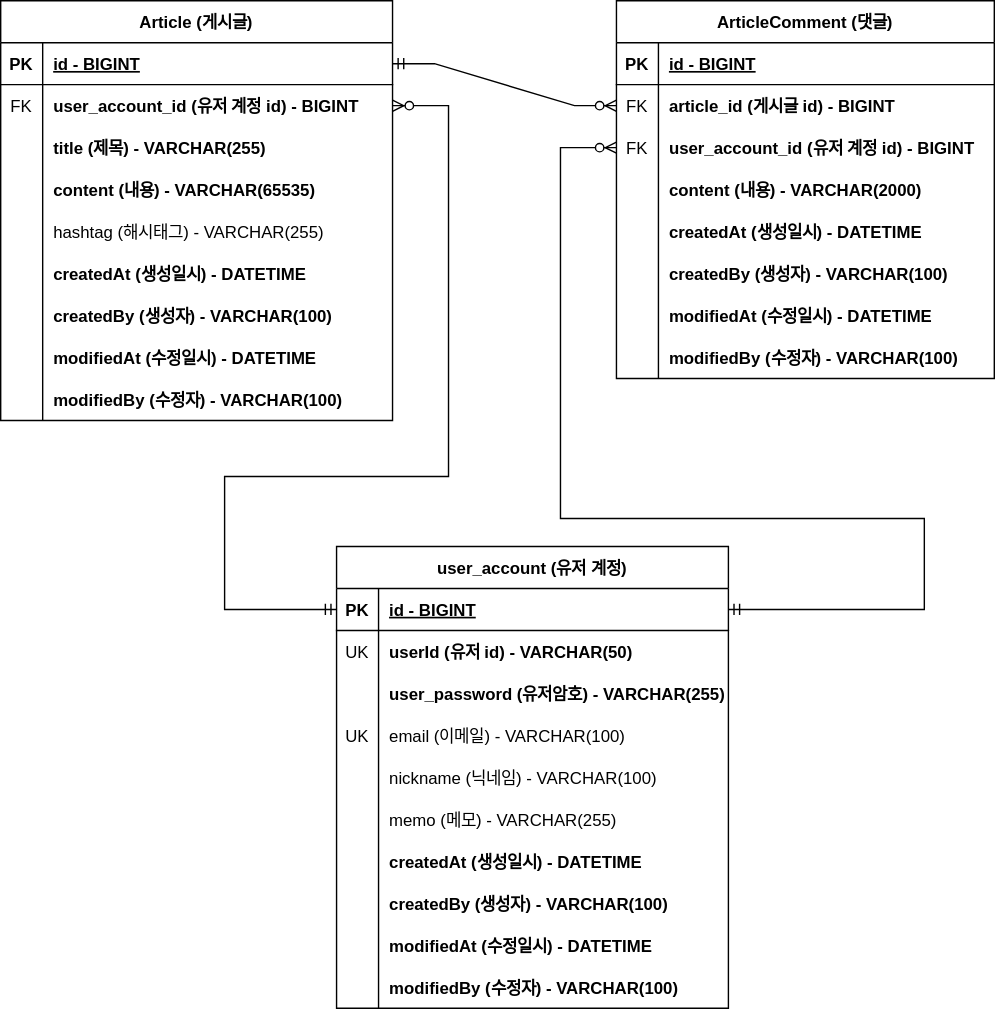
The draw.io diagram document/project-board-ERD.svg in NohDaeHwan/project-board, before a commit. Source tidied: cells renumbered, new cells last; positions are measured from the earlier drawing's top-left corner, leaving out a move shared by most shapes.
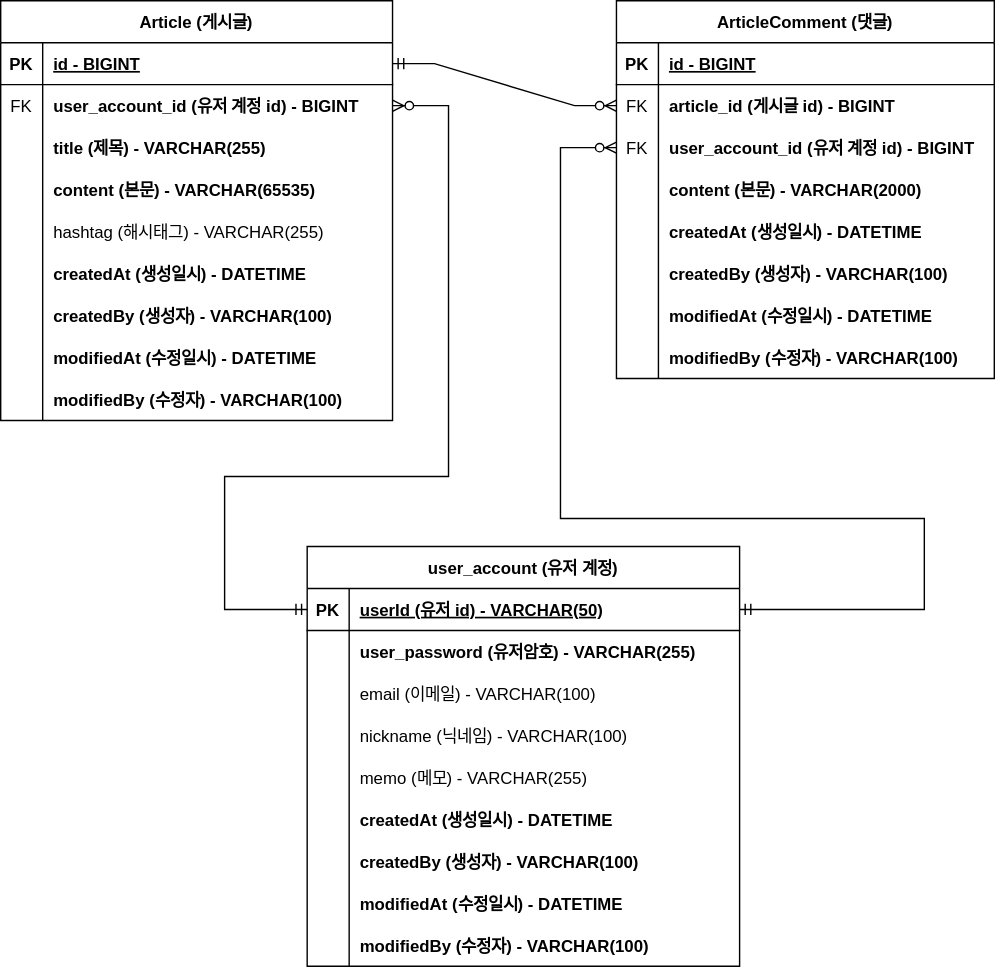
The same diagram one commit later.

Commit message:
#36 - Modify ERD document: Change member account user_id to PK

회원 계정 기존 `id` 를 삭제하고 `user_id` 를 pk로 변경하는 그림 적용

The edit, as a diff of the source:
```diff
@@ -38,7 +38,7 @@
     <mxCell id="13" style="shape=partialRectangle;overflow=hidden;fillColor=none;top=0;left=0;bottom=0;right=0;" parent="12" vertex="1">
       <mxGeometry width="30" height="30" as="geometry" />
     </mxCell>
-    <mxCell id="14" value="content (내용) - VARCHAR(65535) " style="shape=partialRectangle;overflow=hidden;fillColor=none;top=0;left=0;bottom=0;right=0;align=left;spacingLeft=6;fontStyle=1;" parent="12" vertex="1">
+    <mxCell id="14" value="content (본문) - VARCHAR(65535) " style="shape=partialRectangle;overflow=hidden;fillColor=none;top=0;left=0;bottom=0;right=0;align=left;spacingLeft=6;fontStyle=1;" parent="12" vertex="1">
       <mxGeometry x="30" width="250" height="30" as="geometry" />
     </mxCell>
     <mxCell id="15" style="shape=partialRectangle;fillColor=none;top=0;left=0;right=0;bottom=0;" parent="2" vertex="1">
@@ -122,7 +122,7 @@
     <mxCell id="41" style="shape=partialRectangle;overflow=hidden;fillColor=none;top=0;left=0;bottom=0;right=0;" parent="40" vertex="1">
       <mxGeometry width="30" height="30" as="geometry" />
     </mxCell>
-    <mxCell id="42" value="content (내용) - VARCHAR(2000)" style="shape=partialRectangle;overflow=hidden;fillColor=none;top=0;left=0;bottom=0;right=0;align=left;spacingLeft=6;fontStyle=1;" parent="40" vertex="1">
+    <mxCell id="42" value="content (본문) - VARCHAR(2000)" style="shape=partialRectangle;overflow=hidden;fillColor=none;top=0;left=0;bottom=0;right=0;align=left;spacingLeft=6;fontStyle=1;" parent="40" vertex="1">
       <mxGeometry x="30" width="240" height="30" as="geometry" />
     </mxCell>
     <mxCell id="43" style="shape=partialRectangle;fillColor=none;top=0;left=0;right=0;bottom=0;" parent="30" vertex="1">
@@ -165,97 +165,88 @@
       <mxGeometry relative="1" as="geometry" />
     </mxCell>
     <mxCell id="56" value="user_account (유저 계정)" style="shape=table;startSize=30;rowLines=0;fontStyle=1;align=center;" parent="1" vertex="1">
-      <mxGeometry x="240" y="390" width="280" height="330" as="geometry" />
+      <mxGeometry x="219" y="390" width="309" height="300" as="geometry" />
     </mxCell>
     <mxCell id="57" style="shape=partialRectangle;fillColor=none;points=[[0,0.5],[1,0.5]];portConstraint=eastwest;top=0;left=0;right=0;bottom=1;" parent="56" vertex="1">
-      <mxGeometry y="30" width="280" height="30" as="geometry" />
+      <mxGeometry y="30" width="309" height="30" as="geometry" />
     </mxCell>
     <mxCell id="58" value="PK" style="shape=partialRectangle;overflow=hidden;fillColor=none;top=0;left=0;bottom=0;right=0;fontStyle=1;" parent="57" vertex="1">
       <mxGeometry width="30" height="30" as="geometry" />
     </mxCell>
-    <mxCell id="59" value="id - BIGINT" style="shape=partialRectangle;overflow=hidden;fillColor=none;top=0;left=0;bottom=0;right=0;align=left;spacingLeft=6;fontStyle=5;" parent="57" vertex="1">
-      <mxGeometry x="30" width="250" height="30" as="geometry" />
+    <mxCell id="59" value="userId (유저 id) - VARCHAR(50)" style="shape=partialRectangle;overflow=hidden;fillColor=none;top=0;left=0;bottom=0;right=0;align=left;spacingLeft=6;fontStyle=5;" parent="57" vertex="1">
+      <mxGeometry x="30" width="279" height="30" as="geometry" />
     </mxCell>
-    <mxCell id="60" style="shape=partialRectangle;fillColor=none;top=0;left=0;right=0;bottom=0;" parent="56" vertex="1">
-      <mxGeometry y="60" width="280" height="30" as="geometry" />
-    </mxCell>
-    <mxCell id="61" value="UK" style="shape=partialRectangle;overflow=hidden;fillColor=none;top=0;left=0;bottom=0;right=0;" parent="60" vertex="1">
-      <mxGeometry width="30" height="30" as="geometry" />
-    </mxCell>
-    <mxCell id="62" value="userId (유저 id) - VARCHAR(50)" style="shape=partialRectangle;overflow=hidden;fillColor=none;top=0;left=0;bottom=0;right=0;align=left;spacingLeft=6;fontStyle=1;" parent="60" vertex="1">
-      <mxGeometry x="30" width="250" height="30" as="geometry" />
-    </mxCell>
     <mxCell id="63" style="shape=partialRectangle;fillColor=none;top=0;left=0;right=0;bottom=0;" parent="56" vertex="1">
-      <mxGeometry y="90" width="280" height="30" as="geometry" />
+      <mxGeometry y="60" width="309" height="30" as="geometry" />
     </mxCell>
     <mxCell id="64" style="shape=partialRectangle;overflow=hidden;fillColor=none;top=0;left=0;bottom=0;right=0;" parent="63" vertex="1">
       <mxGeometry width="30" height="30" as="geometry" />
     </mxCell>
     <mxCell id="65" value="user_password (유저암호) - VARCHAR(255) " style="shape=partialRectangle;overflow=hidden;fillColor=none;top=0;left=0;bottom=0;right=0;align=left;spacingLeft=6;fontStyle=1;" parent="63" vertex="1">
-      <mxGeometry x="30" width="250" height="30" as="geometry" />
+      <mxGeometry x="30" width="279" height="30" as="geometry" />
     </mxCell>
     <mxCell id="66" style="shape=partialRectangle;fillColor=none;top=0;left=0;right=0;bottom=0;" parent="56" vertex="1">
-      <mxGeometry y="120" width="280" height="30" as="geometry" />
+      <mxGeometry y="90" width="309" height="30" as="geometry" />
     </mxCell>
-    <mxCell id="67" value="UK" style="shape=partialRectangle;overflow=hidden;fillColor=none;top=0;left=0;bottom=0;right=0;" parent="66" vertex="1">
+    <mxCell id="67" style="shape=partialRectangle;overflow=hidden;fillColor=none;top=0;left=0;bottom=0;right=0;" parent="66" vertex="1">
       <mxGeometry width="30" height="30" as="geometry" />
     </mxCell>
     <mxCell id="68" value="email (이메일) - VARCHAR(100)" style="shape=partialRectangle;overflow=hidden;fillColor=none;top=0;left=0;bottom=0;right=0;align=left;spacingLeft=6;" parent="66" vertex="1">
-      <mxGeometry x="30" width="250" height="30" as="geometry" />
+      <mxGeometry x="30" width="279" height="30" as="geometry" />
     </mxCell>
     <mxCell id="69" style="shape=partialRectangle;fillColor=none;top=0;left=0;right=0;bottom=0;" parent="56" vertex="1">
-      <mxGeometry y="150" width="280" height="30" as="geometry" />
+      <mxGeometry y="120" width="309" height="30" as="geometry" />
     </mxCell>
     <mxCell id="70" style="shape=partialRectangle;overflow=hidden;fillColor=none;top=0;left=0;bottom=0;right=0;" parent="69" vertex="1">
       <mxGeometry width="30" height="30" as="geometry" />
     </mxCell>
     <mxCell id="71" value="nickname (닉네임) - VARCHAR(100)" style="shape=partialRectangle;overflow=hidden;fillColor=none;top=0;left=0;bottom=0;right=0;align=left;spacingLeft=6;" parent="69" vertex="1">
-      <mxGeometry x="30" width="250" height="30" as="geometry" />
+      <mxGeometry x="30" width="279" height="30" as="geometry" />
     </mxCell>
     <mxCell id="72" style="shape=partialRectangle;fillColor=none;top=0;left=0;right=0;bottom=0;" parent="56" vertex="1">
-      <mxGeometry y="180" width="280" height="30" as="geometry" />
+      <mxGeometry y="150" width="309" height="30" as="geometry" />
     </mxCell>
     <mxCell id="73" style="shape=partialRectangle;overflow=hidden;fillColor=none;top=0;left=0;bottom=0;right=0;" parent="72" vertex="1">
       <mxGeometry width="30" height="30" as="geometry" />
     </mxCell>
     <mxCell id="74" value="memo (메모) - VARCHAR(255)" style="shape=partialRectangle;overflow=hidden;fillColor=none;top=0;left=0;bottom=0;right=0;align=left;spacingLeft=6;" parent="72" vertex="1">
-      <mxGeometry x="30" width="250" height="30" as="geometry" />
+      <mxGeometry x="30" width="279" height="30" as="geometry" />
     </mxCell>
     <mxCell id="75" style="shape=partialRectangle;fillColor=none;top=0;left=0;right=0;bottom=0;" parent="56" vertex="1">
-      <mxGeometry y="210" width="280" height="30" as="geometry" />
+      <mxGeometry y="180" width="309" height="30" as="geometry" />
     </mxCell>
     <mxCell id="76" style="shape=partialRectangle;overflow=hidden;fillColor=none;top=0;left=0;bottom=0;right=0;" parent="75" vertex="1">
       <mxGeometry width="30" height="30" as="geometry" />
     </mxCell>
     <mxCell id="77" value="createdAt (생성일시) - DATETIME" style="shape=partialRectangle;overflow=hidden;fillColor=none;top=0;left=0;bottom=0;right=0;align=left;spacingLeft=6;fontStyle=1;" parent="75" vertex="1">
-      <mxGeometry x="30" width="250" height="30" as="geometry" />
+      <mxGeometry x="30" width="279" height="30" as="geometry" />
     </mxCell>
     <mxCell id="78" style="shape=partialRectangle;fillColor=none;top=0;left=0;right=0;bottom=0;" parent="56" vertex="1">
-      <mxGeometry y="240" width="280" height="30" as="geometry" />
+      <mxGeometry y="210" width="309" height="30" as="geometry" />
     </mxCell>
     <mxCell id="79" style="shape=partialRectangle;overflow=hidden;fillColor=none;top=0;left=0;bottom=0;right=0;" parent="78" vertex="1">
       <mxGeometry width="30" height="30" as="geometry" />
     </mxCell>
     <mxCell id="80" value="createdBy (생성자) - VARCHAR(100)" style="shape=partialRectangle;overflow=hidden;fillColor=none;top=0;left=0;bottom=0;right=0;align=left;spacingLeft=6;fontStyle=1;" parent="78" vertex="1">
-      <mxGeometry x="30" width="250" height="30" as="geometry" />
+      <mxGeometry x="30" width="279" height="30" as="geometry" />
     </mxCell>
     <mxCell id="81" style="shape=partialRectangle;fillColor=none;top=0;left=0;right=0;bottom=0;" parent="56" vertex="1">
-      <mxGeometry y="270" width="280" height="30" as="geometry" />
+      <mxGeometry y="240" width="309" height="30" as="geometry" />
     </mxCell>
     <mxCell id="82" style="shape=partialRectangle;overflow=hidden;fillColor=none;top=0;left=0;bottom=0;right=0;" parent="81" vertex="1">
       <mxGeometry width="30" height="30" as="geometry" />
     </mxCell>
     <mxCell id="83" value="modifiedAt (수정일시) - DATETIME" style="shape=partialRectangle;overflow=hidden;fillColor=none;top=0;left=0;bottom=0;right=0;align=left;spacingLeft=6;fontStyle=1;" parent="81" vertex="1">
-      <mxGeometry x="30" width="250" height="30" as="geometry" />
+      <mxGeometry x="30" width="279" height="30" as="geometry" />
     </mxCell>
     <mxCell id="84" style="shape=partialRectangle;fillColor=none;top=0;left=0;right=0;bottom=0;" parent="56" vertex="1">
-      <mxGeometry y="300" width="280" height="30" as="geometry" />
+      <mxGeometry y="270" width="309" height="30" as="geometry" />
     </mxCell>
     <mxCell id="85" style="shape=partialRectangle;overflow=hidden;fillColor=none;top=0;left=0;bottom=0;right=0;" parent="84" vertex="1">
       <mxGeometry width="30" height="30" as="geometry" />
     </mxCell>
     <mxCell id="86" value="modifiedBy (수정자) - VARCHAR(100)" style="shape=partialRectangle;overflow=hidden;fillColor=none;top=0;left=0;bottom=0;right=0;align=left;spacingLeft=6;fontStyle=1;" parent="84" vertex="1">
-      <mxGeometry x="30" width="250" height="30" as="geometry" />
+      <mxGeometry x="30" width="279" height="30" as="geometry" />
     </mxCell>
     <mxCell id="87" style="edgeStyle=orthogonalEdgeStyle;fontSize=12;html=1;endArrow=ERzeroToMany;startArrow=ERmandOne;rounded=0;exitX=0;exitY=0.5;exitDx=0;exitDy=0;entryX=1;entryY=0.5;entryDx=0;entryDy=0;elbow=vertical;" parent="1" edge="1" source="57" target="6">
       <mxGeometry relative="1" as="geometry">
```
